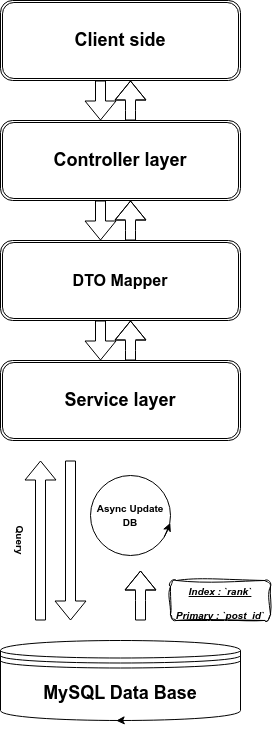
YamtalDev/HackerNews-API keeps this draw.io diagram as art/diagram.png. Above is the earlier version. Source tidied: cells renumbered, new cells last; positions are measured from the earlier drawing's top-left corner, leaving out a move shared by most shapes.
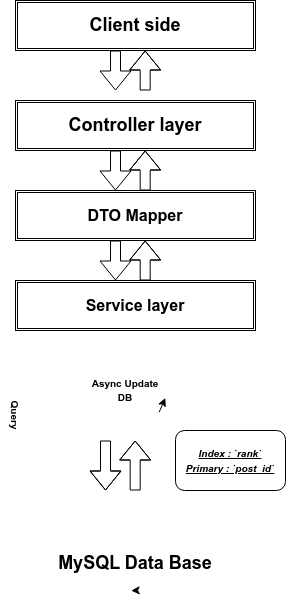
After the commit.

Commit message:
Commiting the diagram and final changes to repo

Change to the diagram source:
```diff
@@ -2,115 +2,115 @@
   <root>
     <mxCell id="0" />
     <mxCell id="1" parent="0" />
-    <mxCell id="2" value="&lt;b&gt;&lt;font style=&quot;font-size: 18px;&quot;&gt;Service layer&lt;/font&gt;&lt;/b&gt;" style="shape=ext;double=1;rounded=1;whiteSpace=wrap;html=1;" parent="1" vertex="1">
-      <mxGeometry x="10" y="360" width="240" height="80" as="geometry" />
-    </mxCell>
-    <mxCell id="3" value="&lt;font size=&quot;3&quot;&gt;&lt;b&gt;DTO Mapper&lt;/b&gt;&lt;/font&gt;" style="shape=ext;double=1;rounded=1;whiteSpace=wrap;html=1;" parent="1" vertex="1">
-      <mxGeometry x="10" y="240" width="240" height="80" as="geometry" />
+    <mxCell id="3" value="&lt;font size=&quot;3&quot;&gt;&lt;b&gt;DTO Mapper&lt;/b&gt;&lt;/font&gt;" style="shape=ext;double=1;rounded=0;whiteSpace=wrap;html=1;" parent="1" vertex="1">
+      <mxGeometry x="10" y="190" width="240" height="50" as="geometry" />
     </mxCell>
-    <mxCell id="4" value="&lt;b&gt;&lt;font style=&quot;font-size: 18px;&quot;&gt;Controller layer&lt;/font&gt;&lt;/b&gt;" style="shape=ext;double=1;rounded=1;whiteSpace=wrap;html=1;" parent="1" vertex="1">
-      <mxGeometry x="10" y="120" width="240" height="80" as="geometry" />
+    <mxCell id="4" value="&lt;b&gt;&lt;font style=&quot;font-size: 18px;&quot;&gt;Controller layer&lt;/font&gt;&lt;/b&gt;" style="shape=ext;double=1;rounded=0;whiteSpace=wrap;html=1;" parent="1" vertex="1">
+      <mxGeometry x="10" y="100" width="240" height="50" as="geometry" />
     </mxCell>
-    <mxCell id="5" value="&lt;b style=&quot;&quot;&gt;&lt;font style=&quot;font-size: 18px;&quot;&gt;Client side&lt;/font&gt;&lt;/b&gt;" style="shape=ext;double=1;rounded=1;whiteSpace=wrap;html=1;" parent="1" vertex="1">
-      <mxGeometry x="10" width="240" height="80" as="geometry" />
+    <mxCell id="5" value="&lt;b style=&quot;&quot;&gt;&lt;font style=&quot;font-size: 18px;&quot;&gt;Client side&lt;/font&gt;&lt;/b&gt;" style="shape=ext;double=1;rounded=0;whiteSpace=wrap;html=1;" parent="1" vertex="1">
+      <mxGeometry x="10" width="240" height="50" as="geometry" />
     </mxCell>
-    <mxCell id="6" style="shape=flexArrow;endArrow=classic;html=1;fillColor=#FFFFFF;" parent="1" edge="1">
+    <mxCell id="6" style="shape=flexArrow;endArrow=classic;html=1;strokeColor=#FFFFFF;fillColor=default;rounded=0;" parent="1" edge="1">
       <mxGeometry relative="1" as="geometry">
-        <mxPoint x="50" y="620" as="sourcePoint" />
-        <mxPoint x="50" y="460" as="targetPoint" />
+        <mxPoint x="29.7" y="490" as="sourcePoint" />
+        <mxPoint x="29.7" y="330" as="targetPoint" />
       </mxGeometry>
     </mxCell>
-    <mxCell id="7" style="shape=flexArrow;endArrow=classic;html=1;fillColor=#FFFFFF;" parent="1" edge="1">
+    <mxCell id="7" style="shape=flexArrow;endArrow=classic;html=1;fillColor=default;rounded=0;" parent="1" edge="1">
       <mxGeometry relative="1" as="geometry">
-        <mxPoint x="150" y="620" as="sourcePoint" />
-        <mxPoint x="150" y="570" as="targetPoint" />
+        <mxPoint x="129.7" y="490" as="sourcePoint" />
+        <mxPoint x="129.7" y="440" as="targetPoint" />
         <Array as="points">
-          <mxPoint x="150" y="600" />
-          <mxPoint x="150" y="590" />
+          <mxPoint x="129.7" y="470" />
+          <mxPoint x="129.7" y="460" />
         </Array>
       </mxGeometry>
     </mxCell>
-    <mxCell id="8" style="shape=flexArrow;endArrow=classic;html=1;strokeColor=#FFFFFF;fillColor=#FFFFFF;" parent="1" edge="1">
+    <mxCell id="8" style="shape=flexArrow;endArrow=classic;html=1;fillColor=default;rounded=0;" parent="1" edge="1">
       <mxGeometry relative="1" as="geometry">
-        <mxPoint x="120" y="570" as="sourcePoint" />
-        <mxPoint x="120" y="620" as="targetPoint" />
+        <mxPoint x="100" y="440" as="sourcePoint" />
+        <mxPoint x="100" y="490" as="targetPoint" />
         <Array as="points">
-          <mxPoint x="120" y="570" />
-          <mxPoint x="120" y="600" />
+          <mxPoint x="100" y="440" />
+          <mxPoint x="100" y="470" />
         </Array>
       </mxGeometry>
     </mxCell>
-    <mxCell id="9" style="shape=flexArrow;endArrow=classic;html=1;fillColor=#FFFFFF;" parent="1" edge="1">
+    <mxCell id="9" style="shape=flexArrow;endArrow=classic;html=1;strokeColor=#FFFFFF;fillColor=default;rounded=0;" parent="1" edge="1">
       <mxGeometry relative="1" as="geometry">
-        <mxPoint x="80" y="460" as="sourcePoint" />
-        <mxPoint x="80" y="620" as="targetPoint" />
+        <mxPoint x="60" y="330" as="sourcePoint" />
+        <mxPoint x="60" y="490" as="targetPoint" />
       </mxGeometry>
     </mxCell>
-    <mxCell id="10" value="&lt;b&gt;&lt;font style=&quot;font-size: 18px;&quot;&gt;MySQL Data Base&lt;/font&gt;&lt;/b&gt;" style="shape=datastore;whiteSpace=wrap;html=1;" parent="1" vertex="1">
-      <mxGeometry x="10" y="640" width="240" height="80" as="geometry" />
+    <mxCell id="10" value="&lt;b&gt;&lt;font style=&quot;font-size: 18px;&quot;&gt;MySQL Data Base&lt;/font&gt;&lt;/b&gt;" style="shape=datastore;whiteSpace=wrap;html=1;strokeColor=#FFFFFF;fillColor=default;rounded=0;" parent="1" vertex="1">
+      <mxGeometry x="10" y="510" width="240" height="80" as="geometry" />
     </mxCell>
-    <mxCell id="11" value="&lt;font style=&quot;font-size: 10px;&quot;&gt;&lt;b&gt;Async Update&lt;br&gt;DB&lt;br&gt;&lt;/b&gt;&lt;/font&gt;" style="ellipse;whiteSpace=wrap;html=1;fontSize=11;" parent="1" vertex="1">
-      <mxGeometry x="100" y="475" width="80" height="80" as="geometry" />
+    <mxCell id="11" value="&lt;font style=&quot;font-size: 10px;&quot;&gt;&lt;b&gt;Async Update&lt;br&gt;DB&lt;br&gt;&lt;/b&gt;&lt;/font&gt;" style="ellipse;whiteSpace=wrap;html=1;fontSize=11;strokeColor=#FFFFFF;gradientColor=none;rounded=0;" parent="1" vertex="1">
+      <mxGeometry x="80" y="350" width="80" height="80" as="geometry" />
     </mxCell>
-    <mxCell id="12" style="endArrow=classic;html=1;fontSize=11;exitX=0.921;exitY=0.771;exitDx=0;exitDy=0;exitPerimeter=0;entryX=0.997;entryY=0.593;entryDx=0;entryDy=0;entryPerimeter=0;" parent="1" edge="1" source="11" target="11">
+    <mxCell id="12" style="endArrow=classic;html=1;fontSize=11;exitX=0.921;exitY=0.771;exitDx=0;exitDy=0;exitPerimeter=0;entryX=0.997;entryY=0.593;entryDx=0;entryDy=0;entryPerimeter=0;rounded=0;" parent="1" edge="1" source="11" target="11">
       <mxGeometry relative="1" as="geometry" />
     </mxCell>
-    <mxCell id="13" style="edgeStyle=none;html=1;exitX=0.5;exitY=1;exitDx=0;exitDy=0;entryX=0.482;entryY=1.002;entryDx=0;entryDy=0;entryPerimeter=0;fontSize=10;" parent="1" edge="1" source="10" target="10">
+    <mxCell id="13" style="edgeStyle=none;html=1;exitX=0.5;exitY=1;exitDx=0;exitDy=0;entryX=0.482;entryY=1.002;entryDx=0;entryDy=0;entryPerimeter=0;fontSize=10;rounded=0;" parent="1" edge="1" source="10" target="10">
       <mxGeometry relative="1" as="geometry" />
     </mxCell>
     <mxCell id="14" value="&lt;b&gt;Query&lt;/b&gt;" style="text;html=1;strokeColor=none;fillColor=none;align=center;verticalAlign=middle;whiteSpace=wrap;rounded=0;fontSize=10;rotation=90;" parent="1" vertex="1">
-      <mxGeometry y="525" width="60" height="30" as="geometry" />
+      <mxGeometry x="-20" y="400" width="60" height="30" as="geometry" />
     </mxCell>
-    <mxCell id="15" style="shape=flexArrow;endArrow=classic;html=1;" parent="1" edge="1">
+    <mxCell id="15" style="shape=flexArrow;endArrow=classic;html=1;fillColor=default;rounded=0;" parent="1" edge="1">
       <mxGeometry relative="1" as="geometry">
-        <mxPoint x="140" y="360" as="sourcePoint" />
-        <mxPoint x="140" y="320" as="targetPoint" />
+        <mxPoint x="139.7" y="280" as="sourcePoint" />
+        <mxPoint x="139.7" y="240" as="targetPoint" />
         <Array as="points">
-          <mxPoint x="140" y="350" />
-          <mxPoint x="140" y="340" />
+          <mxPoint x="139.7" y="270" />
+          <mxPoint x="139.7" y="260" />
         </Array>
       </mxGeometry>
     </mxCell>
-    <mxCell id="16" style="shape=flexArrow;endArrow=classic;html=1;fontSize=10;" parent="1" edge="1">
+    <mxCell id="16" style="shape=flexArrow;endArrow=classic;html=1;fontSize=10;fillColor=default;rounded=0;" parent="1" edge="1">
       <mxGeometry relative="1" as="geometry">
-        <mxPoint x="110" y="320" as="sourcePoint" />
-        <mxPoint x="110" y="360" as="targetPoint" />
+        <mxPoint x="110" y="240" as="sourcePoint" />
+        <mxPoint x="110" y="280" as="targetPoint" />
       </mxGeometry>
     </mxCell>
-    <mxCell id="17" style="shape=flexArrow;endArrow=classic;html=1;" parent="1" edge="1">
+    <mxCell id="17" style="shape=flexArrow;endArrow=classic;html=1;fillColor=default;rounded=0;" parent="1" edge="1">
       <mxGeometry relative="1" as="geometry">
-        <mxPoint x="140" y="240" as="sourcePoint" />
-        <mxPoint x="140" y="200" as="targetPoint" />
+        <mxPoint x="139.7" y="190" as="sourcePoint" />
+        <mxPoint x="139.7" y="150" as="targetPoint" />
         <Array as="points">
-          <mxPoint x="140" y="230" />
-          <mxPoint x="140" y="220" />
+          <mxPoint x="139.7" y="180" />
+          <mxPoint x="139.7" y="170" />
         </Array>
       </mxGeometry>
     </mxCell>
-    <mxCell id="18" style="shape=flexArrow;endArrow=classic;html=1;fontSize=10;" parent="1" edge="1">
+    <mxCell id="18" style="shape=flexArrow;endArrow=classic;html=1;fontSize=10;fillColor=default;rounded=0;" parent="1" edge="1">
       <mxGeometry relative="1" as="geometry">
-        <mxPoint x="110" y="200" as="sourcePoint" />
-        <mxPoint x="110" y="240" as="targetPoint" />
+        <mxPoint x="110" y="150" as="sourcePoint" />
+        <mxPoint x="110" y="190" as="targetPoint" />
       </mxGeometry>
     </mxCell>
-    <mxCell id="19" style="shape=flexArrow;endArrow=classic;html=1;fontSize=10;" parent="1" edge="1">
+    <mxCell id="19" style="shape=flexArrow;endArrow=classic;html=1;fontSize=10;fillColor=default;rounded=0;" parent="1" edge="1">
       <mxGeometry relative="1" as="geometry">
-        <mxPoint x="110" y="80" as="sourcePoint" />
-        <mxPoint x="110" y="120" as="targetPoint" />
+        <mxPoint x="110" y="50" as="sourcePoint" />
+        <mxPoint x="110" y="90" as="targetPoint" />
       </mxGeometry>
     </mxCell>
-    <mxCell id="20" style="shape=flexArrow;endArrow=classic;html=1;" parent="1" edge="1">
+    <mxCell id="20" style="shape=flexArrow;endArrow=classic;html=1;fillColor=default;rounded=0;" parent="1" edge="1">
       <mxGeometry relative="1" as="geometry">
-        <mxPoint x="140" y="120" as="sourcePoint" />
-        <mxPoint x="140" y="80" as="targetPoint" />
+        <mxPoint x="139.7" y="90" as="sourcePoint" />
+        <mxPoint x="139.7" y="50" as="targetPoint" />
         <Array as="points">
-          <mxPoint x="140" y="110" />
-          <mxPoint x="140" y="100" />
+          <mxPoint x="139.7" y="80" />
+          <mxPoint x="139.7" y="70" />
         </Array>
       </mxGeometry>
     </mxCell>
+    <mxCell id="2" value="&lt;font size=&quot;3&quot;&gt;&lt;b&gt;Service layer&lt;/b&gt;&lt;/font&gt;" style="shape=ext;double=1;rounded=0;whiteSpace=wrap;html=1;" parent="1" vertex="1">
+      <mxGeometry x="10" y="280" width="240" height="50" as="geometry" />
+    </mxCell>
-    <mxCell id="21" value="&lt;i style=&quot;font-family: Helvetica; font-size: 10px; font-weight: 700; text-align: left;&quot;&gt;&lt;u&gt;Index : `rank`&lt;br&gt;&lt;/u&gt;&lt;/i&gt;&lt;u style=&quot;font-family: Helvetica; font-size: 10px; font-weight: 700; text-align: left;&quot;&gt;&lt;i&gt;Primary : `post_id`&lt;/i&gt;&lt;/u&gt;" style="rounded=1;whiteSpace=wrap;html=1;sketch=1;hachureGap=4;jiggle=2;curveFitting=1;fontFamily=Architects Daughter;fontSource=https%3A%2F%2Ffonts.googleapis.com%2Fcss%3Ffamily%3DArchitects%2BDaughter;fontSize=20;fillColor=#;" parent="1" vertex="1">
-      <mxGeometry x="180" y="580" width="100" height="40" as="geometry" />
+    <mxCell id="21" value="&lt;i style=&quot;font-size: 10px; font-weight: 700; text-align: left;&quot;&gt;&lt;u&gt;Index : `rank`&lt;br&gt;&lt;/u&gt;&lt;/i&gt;&lt;u style=&quot;font-size: 10px; font-weight: 700; text-align: left;&quot;&gt;&lt;i&gt;Primary : `post_id`&lt;/i&gt;&lt;/u&gt;" style="rounded=1;whiteSpace=wrap;html=1;" parent="1" vertex="1">
+      <mxGeometry x="170" y="430" width="110" height="60" as="geometry" />
     </mxCell>
   </root>
 </mxGraphModel>
```
